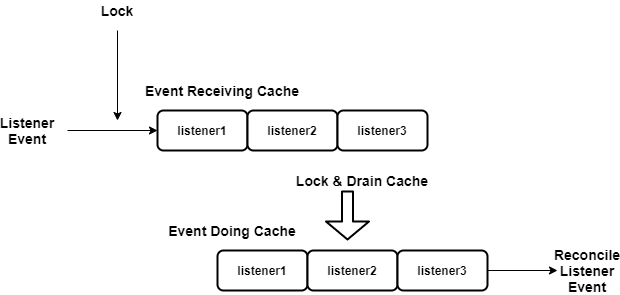
Earlier version of the draw.io export docs/features/bcs-ingress-controller/img/bcs-ingress-controller-worker-cache.png (TencentBlueKing/bk-bcs). Source tidied: cells renumbered, new cells last; positions are measured from the earlier drawing's top-left corner, leaving out a move shared by most shapes. Its diagram source:
```xml
<mxGraphModel>
  <root>
    <mxCell id="0" />
    <mxCell id="1" parent="0" />
    <mxCell id="2" value="listener1" style="rounded=1;whiteSpace=wrap;html=1;fontStyle=1;strokeWidth=2;" parent="1" vertex="1">
      <mxGeometry x="150" y="110" width="90" height="40" as="geometry" />
    </mxCell>
    <mxCell id="3" value="listener2" style="rounded=1;whiteSpace=wrap;html=1;fontStyle=1;strokeWidth=2;" parent="1" vertex="1">
      <mxGeometry x="240" y="110" width="90" height="40" as="geometry" />
    </mxCell>
    <mxCell id="4" value="listener3" style="rounded=1;whiteSpace=wrap;html=1;fontStyle=1;strokeWidth=2;" parent="1" vertex="1">
      <mxGeometry x="330" y="110" width="90" height="40" as="geometry" />
    </mxCell>
    <mxCell id="5" value="&lt;span style=&quot;font-weight: 700&quot;&gt;listener1&lt;/span&gt;" style="rounded=1;whiteSpace=wrap;html=1;strokeWidth=2;" parent="1" vertex="1">
      <mxGeometry x="210" y="250" width="90" height="40" as="geometry" />
    </mxCell>
    <mxCell id="6" value="&lt;span style=&quot;font-weight: 700&quot;&gt;listener2&lt;/span&gt;" style="rounded=1;whiteSpace=wrap;html=1;strokeWidth=2;" parent="1" vertex="1">
      <mxGeometry x="300" y="250" width="90" height="40" as="geometry" />
    </mxCell>
    <mxCell id="7" value="&lt;span style=&quot;font-weight: 700&quot;&gt;listener3&lt;/span&gt;" style="rounded=1;whiteSpace=wrap;html=1;strokeWidth=2;" parent="1" vertex="1">
      <mxGeometry x="390" y="250" width="90" height="40" as="geometry" />
    </mxCell>
    <mxCell id="8" value="Event Receiving Cache" style="text;html=1;strokeColor=none;fillColor=none;align=center;verticalAlign=middle;whiteSpace=wrap;rounded=0;fontSize=14;fontStyle=1;" parent="1" vertex="1">
      <mxGeometry x="130" y="80" width="170" height="20" as="geometry" />
    </mxCell>
    <mxCell id="9" value="Event Doing Cache" style="text;html=1;strokeColor=none;fillColor=none;align=center;verticalAlign=middle;whiteSpace=wrap;rounded=0;fontSize=14;fontStyle=1;" parent="1" vertex="1">
      <mxGeometry x="160" y="220" width="130" height="20" as="geometry" />
    </mxCell>
    <mxCell id="10" style="endArrow=classic;html=1;fontSize=14;" parent="1" edge="1">
      <mxGeometry relative="1" as="geometry">
        <mxPoint x="60" y="130" as="sourcePoint" />
        <mxPoint x="150" y="130" as="targetPoint" />
      </mxGeometry>
    </mxCell>
    <mxCell id="11" value="Listener Event" style="text;html=1;strokeColor=none;fillColor=none;align=center;verticalAlign=middle;whiteSpace=wrap;rounded=0;fontSize=14;fontStyle=1;" parent="1" vertex="1">
      <mxGeometry y="120" width="40" height="20" as="geometry" />
    </mxCell>
    <mxCell id="12" style="endArrow=classic;html=1;fontSize=14;" parent="1" edge="1">
      <mxGeometry relative="1" as="geometry">
        <mxPoint x="110" y="30" as="sourcePoint" />
        <mxPoint x="110" y="120" as="targetPoint" />
      </mxGeometry>
    </mxCell>
    <mxCell id="13" value="Lock" style="text;html=1;strokeColor=none;fillColor=none;align=center;verticalAlign=middle;whiteSpace=wrap;rounded=0;fontSize=14;fontStyle=1;" parent="1" vertex="1">
      <mxGeometry x="90" width="40" height="20" as="geometry" />
    </mxCell>
    <mxCell id="14" style="endArrow=classic;html=1;fontSize=14;exitX=1;exitY=0.5;exitDx=0;exitDy=0;" parent="1" edge="1" source="7">
      <mxGeometry relative="1" as="geometry">
        <mxPoint x="550" y="270" as="targetPoint" />
      </mxGeometry>
    </mxCell>
    <mxCell id="15" value="Reconcile&lt;br&gt;Listener Event" style="text;html=1;strokeColor=none;fillColor=none;align=center;verticalAlign=middle;whiteSpace=wrap;rounded=0;fontSize=14;fontStyle=1;" parent="1" vertex="1">
      <mxGeometry x="560" y="260" width="40" height="20" as="geometry" />
    </mxCell>
    <mxCell id="16" style="shape=flexArrow;endArrow=classic;html=1;fontSize=14;endWidth=30;endSize=5.33;strokeWidth=2;" parent="1" edge="1">
      <mxGeometry relative="1" as="geometry">
        <mxPoint x="340" y="190" as="sourcePoint" />
        <mxPoint x="340" y="240" as="targetPoint" />
      </mxGeometry>
    </mxCell>
    <mxCell id="17" value="Lock &amp;amp; Drain Cache" style="text;html=1;strokeColor=none;fillColor=none;align=center;verticalAlign=middle;whiteSpace=wrap;rounded=0;fontSize=14;fontStyle=1;" parent="1" vertex="1">
      <mxGeometry x="280" y="170" width="150" height="20" as="geometry" />
    </mxCell>
  </root>
</mxGraphModel>
```
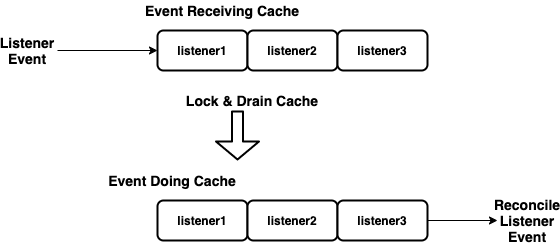
Above is the later version.

Diff of the diagram source:
```diff
@@ -12,54 +12,45 @@
       <mxGeometry x="330" y="110" width="90" height="40" as="geometry" />
     </mxCell>
     <mxCell id="5" value="&lt;span style=&quot;font-weight: 700&quot;&gt;listener1&lt;/span&gt;" style="rounded=1;whiteSpace=wrap;html=1;strokeWidth=2;" parent="1" vertex="1">
-      <mxGeometry x="210" y="250" width="90" height="40" as="geometry" />
+      <mxGeometry x="150" y="280" width="90" height="40" as="geometry" />
     </mxCell>
     <mxCell id="6" value="&lt;span style=&quot;font-weight: 700&quot;&gt;listener2&lt;/span&gt;" style="rounded=1;whiteSpace=wrap;html=1;strokeWidth=2;" parent="1" vertex="1">
-      <mxGeometry x="300" y="250" width="90" height="40" as="geometry" />
+      <mxGeometry x="240" y="280" width="90" height="40" as="geometry" />
     </mxCell>
     <mxCell id="7" value="&lt;span style=&quot;font-weight: 700&quot;&gt;listener3&lt;/span&gt;" style="rounded=1;whiteSpace=wrap;html=1;strokeWidth=2;" parent="1" vertex="1">
-      <mxGeometry x="390" y="250" width="90" height="40" as="geometry" />
+      <mxGeometry x="330" y="280" width="90" height="40" as="geometry" />
     </mxCell>
     <mxCell id="8" value="Event Receiving Cache" style="text;html=1;strokeColor=none;fillColor=none;align=center;verticalAlign=middle;whiteSpace=wrap;rounded=0;fontSize=14;fontStyle=1;" parent="1" vertex="1">
       <mxGeometry x="130" y="80" width="170" height="20" as="geometry" />
     </mxCell>
     <mxCell id="9" value="Event Doing Cache" style="text;html=1;strokeColor=none;fillColor=none;align=center;verticalAlign=middle;whiteSpace=wrap;rounded=0;fontSize=14;fontStyle=1;" parent="1" vertex="1">
-      <mxGeometry x="160" y="220" width="130" height="20" as="geometry" />
+      <mxGeometry x="100" y="250" width="130" height="20" as="geometry" />
     </mxCell>
     <mxCell id="10" style="endArrow=classic;html=1;fontSize=14;" parent="1" edge="1">
       <mxGeometry relative="1" as="geometry">
-        <mxPoint x="60" y="130" as="sourcePoint" />
+        <mxPoint x="50" y="130" as="sourcePoint" />
         <mxPoint x="150" y="130" as="targetPoint" />
       </mxGeometry>
     </mxCell>
     <mxCell id="11" value="Listener Event" style="text;html=1;strokeColor=none;fillColor=none;align=center;verticalAlign=middle;whiteSpace=wrap;rounded=0;fontSize=14;fontStyle=1;" parent="1" vertex="1">
       <mxGeometry y="120" width="40" height="20" as="geometry" />
     </mxCell>
-    <mxCell id="12" style="endArrow=classic;html=1;fontSize=14;" parent="1" edge="1">
-      <mxGeometry relative="1" as="geometry">
-        <mxPoint x="110" y="30" as="sourcePoint" />
-        <mxPoint x="110" y="120" as="targetPoint" />
-      </mxGeometry>
-    </mxCell>
-    <mxCell id="13" value="Lock" style="text;html=1;strokeColor=none;fillColor=none;align=center;verticalAlign=middle;whiteSpace=wrap;rounded=0;fontSize=14;fontStyle=1;" parent="1" vertex="1">
-      <mxGeometry x="90" width="40" height="20" as="geometry" />
-    </mxCell>
     <mxCell id="14" style="endArrow=classic;html=1;fontSize=14;exitX=1;exitY=0.5;exitDx=0;exitDy=0;" parent="1" edge="1" source="7">
       <mxGeometry relative="1" as="geometry">
-        <mxPoint x="550" y="270" as="targetPoint" />
+        <mxPoint x="490" y="300" as="targetPoint" />
       </mxGeometry>
     </mxCell>
     <mxCell id="15" value="Reconcile&lt;br&gt;Listener Event" style="text;html=1;strokeColor=none;fillColor=none;align=center;verticalAlign=middle;whiteSpace=wrap;rounded=0;fontSize=14;fontStyle=1;" parent="1" vertex="1">
-      <mxGeometry x="560" y="260" width="40" height="20" as="geometry" />
+      <mxGeometry x="500" y="290" width="40" height="20" as="geometry" />
     </mxCell>
     <mxCell id="16" style="shape=flexArrow;endArrow=classic;html=1;fontSize=14;endWidth=30;endSize=5.33;strokeWidth=2;" parent="1" edge="1">
       <mxGeometry relative="1" as="geometry">
-        <mxPoint x="340" y="190" as="sourcePoint" />
-        <mxPoint x="340" y="240" as="targetPoint" />
+        <mxPoint x="230" y="190" as="sourcePoint" />
+        <mxPoint x="230" y="240" as="targetPoint" />
       </mxGeometry>
     </mxCell>
     <mxCell id="17" value="Lock &amp;amp; Drain Cache" style="text;html=1;strokeColor=none;fillColor=none;align=center;verticalAlign=middle;whiteSpace=wrap;rounded=0;fontSize=14;fontStyle=1;" parent="1" vertex="1">
-      <mxGeometry x="280" y="170" width="150" height="20" as="geometry" />
+      <mxGeometry x="170" y="170" width="150" height="20" as="geometry" />
     </mxCell>
   </root>
 </mxGraphModel>
```
